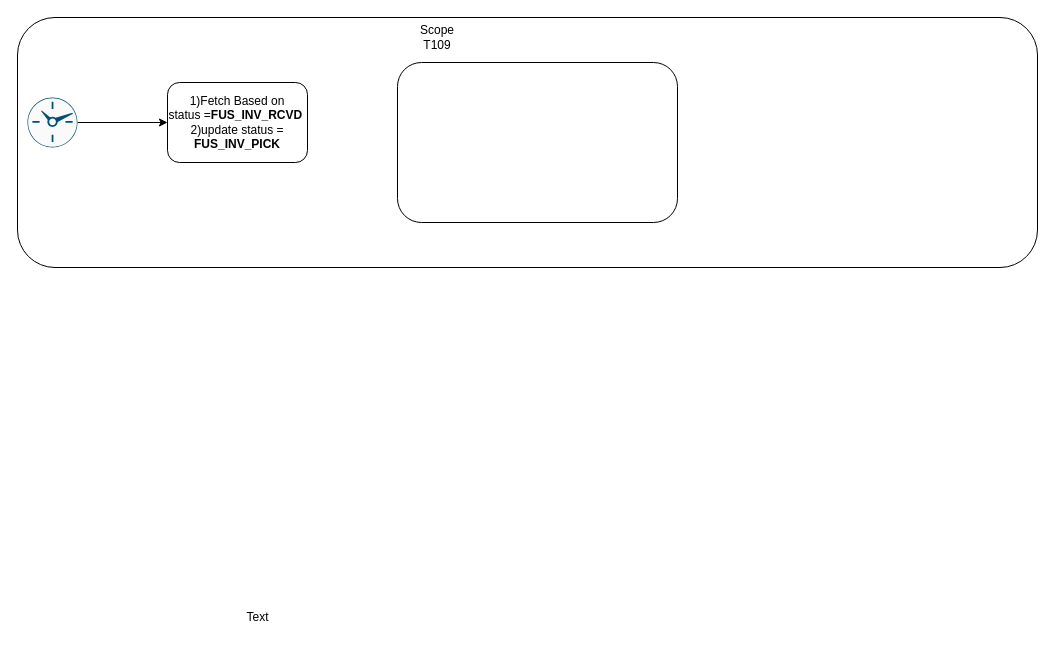
This is MTN_ENHANCED.drawio from anantwag19/Workspace, a draw.io file, before an edit. Source tidied: cells renumbered, new cells numbered last; positions are measured from the earlier drawing's top-left corner, leaving out a move shared by most shapes. Both pictures are drawn from the tidied source at 100%, with x=0, y=0 at pixel (17, 17). Pictures stored in the file or linked from it are replaced by grey dashed boxes.
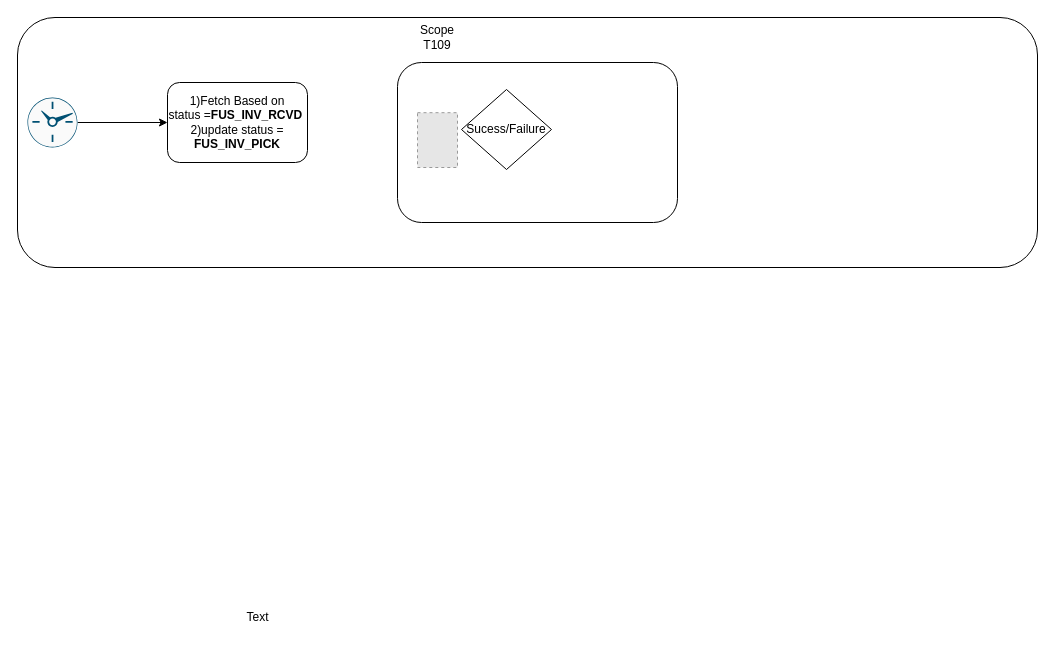
The same page after the edit.

What changed in the source:
```diff
@@
 <mxGraphModel>
   <root>
     <mxCell id="0" />
     <mxCell id="1" parent="0" />
     <mxCell id="2" style="rounded=1;whiteSpace=wrap;html=1;" parent="1" vertex="1">
       <mxGeometry width="1020" height="250" as="geometry" />
     </mxCell>
     <mxCell id="3" style="edgeStyle=orthogonalEdgeStyle;rounded=0;jettySize=auto;html=1;" parent="1" edge="1" source="4" target="5">
       <mxGeometry relative="1" as="geometry" />
     </mxCell>
     <mxCell id="4" style="points=[[0.5,0,0],[1,0.5,0],[0.5,1,0],[0,0.5,0],[0.145,0.145,0],[0.8555,0.145,0],[0.855,0.8555,0],[0.145,0.855,0]];verticalLabelPosition=bottom;html=1;verticalAlign=top;align=center;shape=mxgraph.cisco19.rect;prIcon=clock;fillColor=#FAFAFA;strokeColor=#005073;" parent="1" vertex="1">
       <mxGeometry x="10" y="80" width="50" height="50" as="geometry" />
     </mxCell>
     <mxCell id="5" value="&lt;div&gt;1)Fetch Based on &lt;br&gt;&lt;/div&gt;&lt;div&gt;status =&lt;b&gt;FUS_INV_RCVD&amp;nbsp;&lt;/b&gt;&lt;br&gt;&lt;/div&gt;&lt;div&gt; 2)update status =&lt;/div&gt;  &lt;b&gt;FUS_INV_PICK&lt;/b&gt;" style="rounded=1;whiteSpace=wrap;html=1;" parent="1" vertex="1">
       <mxGeometry x="150" y="65" width="140" height="80" as="geometry" />
     </mxCell>
     <mxCell id="6" style="rounded=1;whiteSpace=wrap;html=1;" parent="1" vertex="1">
       <mxGeometry x="380" y="45" width="280" height="160" as="geometry" />
     </mxCell>
     <mxCell id="7" value="Scope T109" style="text;html=1;strokeColor=none;fillColor=none;align=center;verticalAlign=middle;whiteSpace=wrap;rounded=0;" parent="1" vertex="1">
       <mxGeometry x="400" y="10" width="40" height="20" as="geometry" />
     </mxCell>
     <mxCell id="8" value="Text" style="text;html=1;align=center;verticalAlign=middle;strokeColor=none;" parent="1" vertex="1">
       <mxGeometry x="220" y="590" width="40" height="20" as="geometry" />
     </mxCell>
+    <mxCell id="9" value="Sucess/Failure" style="rhombus;whiteSpace=wrap;html=1;" parent="1" vertex="1">
+      <mxGeometry x="444" y="72" width="90" height="80" as="geometry" />
+    </mxCell>
+    <mxCell id="10" style="fillColor=#E6E6E6;strokeColor=#999999;dashed=1;verticalLabelPosition=bottom;labelBackgroundColor=#ffffff;verticalAlign=top;" parent="1" vertex="1">
+      <mxGeometry x="400" y="95.2" width="40" height="54.8" as="geometry" />
+    </mxCell>
   </root>
 </mxGraphModel>
```
